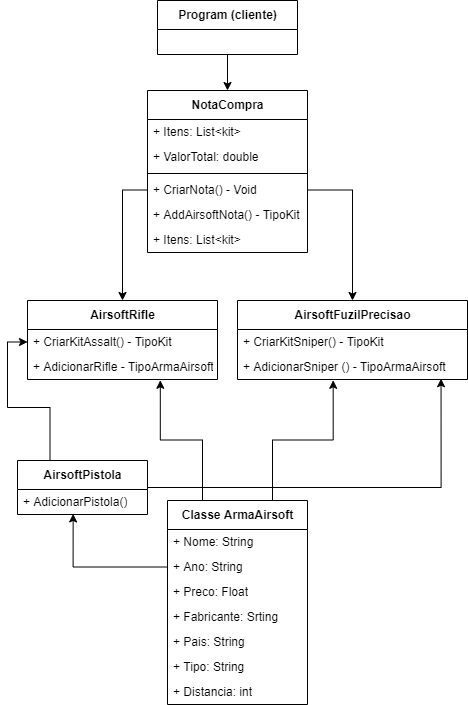
danilomichell/Airsoft keeps this draw.io diagram as Diagramas/Padrão de projeto-Composite.drawio.png. Above is the earlier version. Source tidied: cells renumbered, new cells last; positions are measured from the earlier drawing's top-left corner, leaving out a move shared by most shapes.
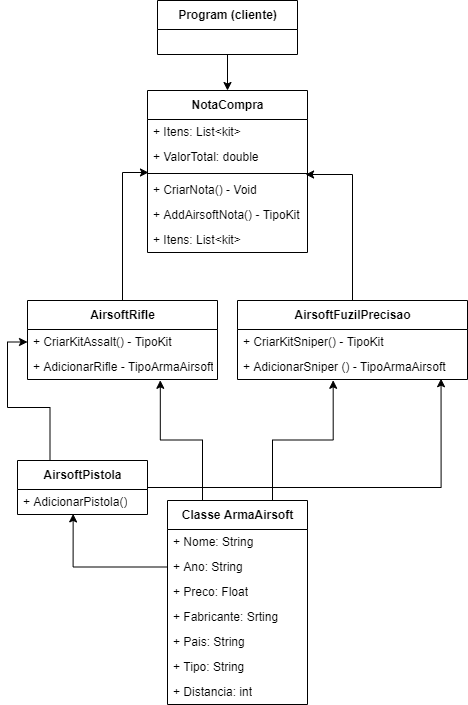
The same file after the commit.

Commit message:
Diagrama Composite

What changed in the source:
```diff
@@ -47,6 +47,9 @@
     <mxCell id="16" style="edgeStyle=orthogonalEdgeStyle;rounded=0;jettySize=auto;html=1;exitX=0;exitY=0.5;exitDx=0;exitDy=0;entryX=0.428;entryY=0.976;entryDx=0;entryDy=0;entryPerimeter=0;" parent="1" edge="1" source="6" target="15">
       <mxGeometry relative="1" as="geometry" />
     </mxCell>
+    <mxCell id="34" style="edgeStyle=orthogonalEdgeStyle;rounded=0;jettySize=auto;html=1;exitX=0.5;exitY=0;exitDx=0;exitDy=0;entryX=0.006;entryY=1.12;entryDx=0;entryDy=0;entryPerimeter=0;" parent="1" edge="1" source="17" target="25">
+      <mxGeometry relative="1" as="geometry" />
+    </mxCell>
     <mxCell id="17" value="AirsoftRifle" style="swimlane;fontStyle=1;align=center;verticalAlign=middle;horizontal=1;startSize=29;html=1;" parent="1" vertex="1">
       <mxGeometry x="10" y="300" width="190" height="79" as="geometry" />
     </mxCell>
@@ -56,6 +59,9 @@
     <mxCell id="19" value="+ AdicionarRifle - TipoArmaAirsoft" style="text;html=1;strokeColor=none;fillColor=none;align=left;verticalAlign=middle;spacingLeft=4;spacingRight=4;overflow=hidden;points=[[0,0.5],[1,0.5]];portConstraint=eastwest;" parent="17" vertex="1">
       <mxGeometry y="54" width="190" height="25" as="geometry" />
     </mxCell>
+    <mxCell id="35" style="edgeStyle=orthogonalEdgeStyle;rounded=0;jettySize=auto;html=1;exitX=0.5;exitY=0;exitDx=0;exitDy=0;entryX=0.988;entryY=1.2;entryDx=0;entryDy=0;entryPerimeter=0;" parent="1" edge="1" source="20" target="25">
+      <mxGeometry relative="1" as="geometry" />
+    </mxCell>
     <mxCell id="20" value="AirsoftFuzilPrecisao" style="swimlane;fontStyle=1;align=center;verticalAlign=middle;horizontal=1;startSize=29;html=1;" parent="1" vertex="1">
       <mxGeometry x="220" y="300" width="230" height="79" as="geometry" />
     </mxCell>
@@ -86,12 +92,6 @@
     <mxCell id="29" value="+ Itens: List&amp;lt;kit&amp;gt;" style="text;html=1;strokeColor=none;fillColor=none;align=left;verticalAlign=middle;spacingLeft=4;spacingRight=4;overflow=hidden;" parent="23" vertex="1">
       <mxGeometry y="137" width="160" height="25" as="geometry" />
     </mxCell>
-    <mxCell id="30" style="edgeStyle=orthogonalEdgeStyle;rounded=0;jettySize=auto;html=1;exitX=0;exitY=0.5;exitDx=0;exitDy=0;" parent="1" edge="1" source="27" target="17">
-      <mxGeometry relative="1" as="geometry" />
-    </mxCell>
-    <mxCell id="31" style="edgeStyle=orthogonalEdgeStyle;rounded=0;jettySize=auto;html=1;exitX=1;exitY=0.5;exitDx=0;exitDy=0;entryX=0.5;entryY=0;entryDx=0;entryDy=0;" parent="1" edge="1" source="27" target="20">
-      <mxGeometry relative="1" as="geometry" />
-    </mxCell>
     <mxCell id="32" style="edgeStyle=orthogonalEdgeStyle;rounded=0;jettySize=auto;html=1;exitX=0.5;exitY=1;exitDx=0;exitDy=0;entryX=0.5;entryY=0;entryDx=0;entryDy=0;" parent="1" edge="1" source="33" target="23">
       <mxGeometry relative="1" as="geometry" />
     </mxCell>
```
